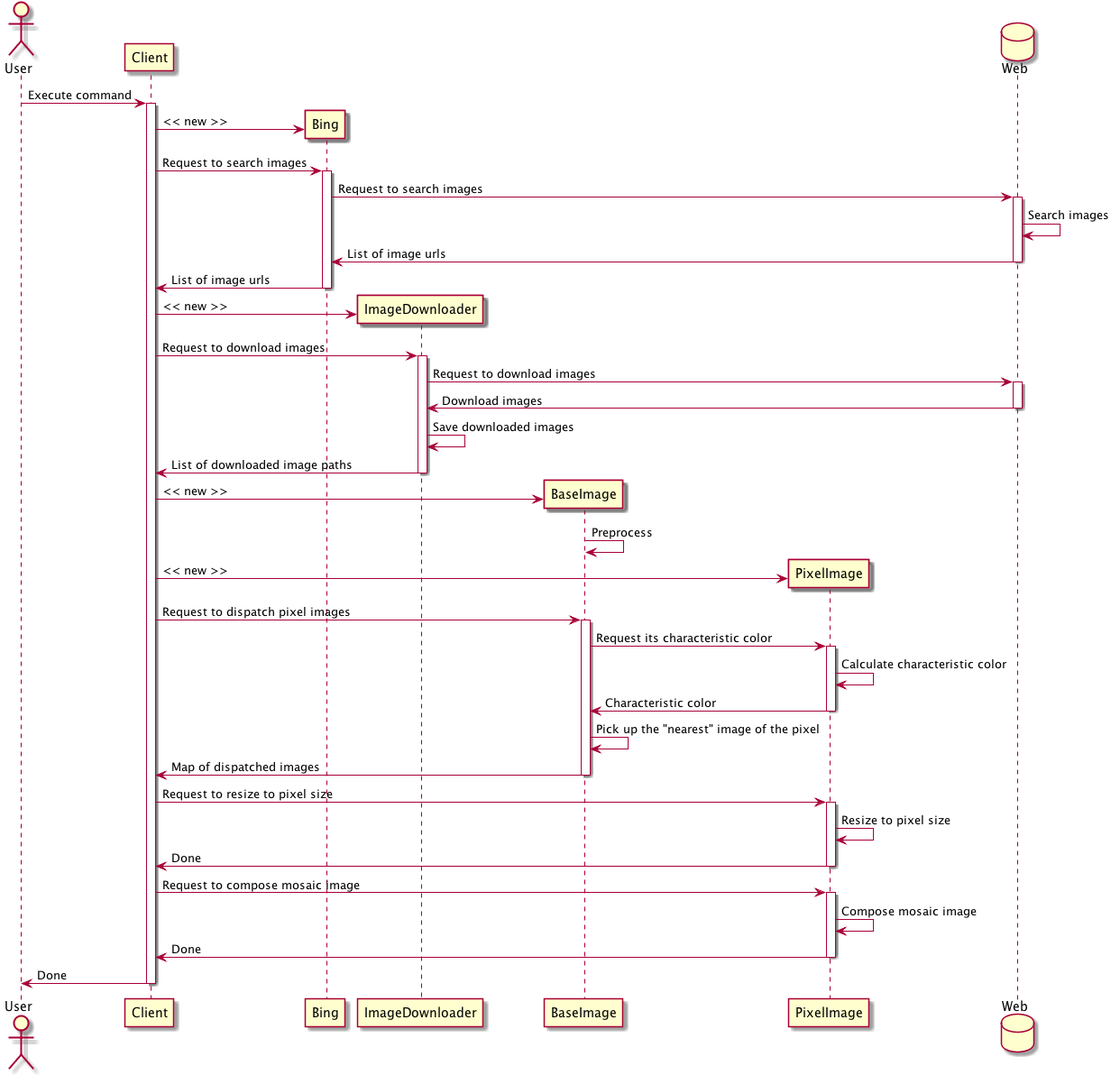
Above: figures/sequence.png in dtan4/photomosaic (PlantUML), before the change.
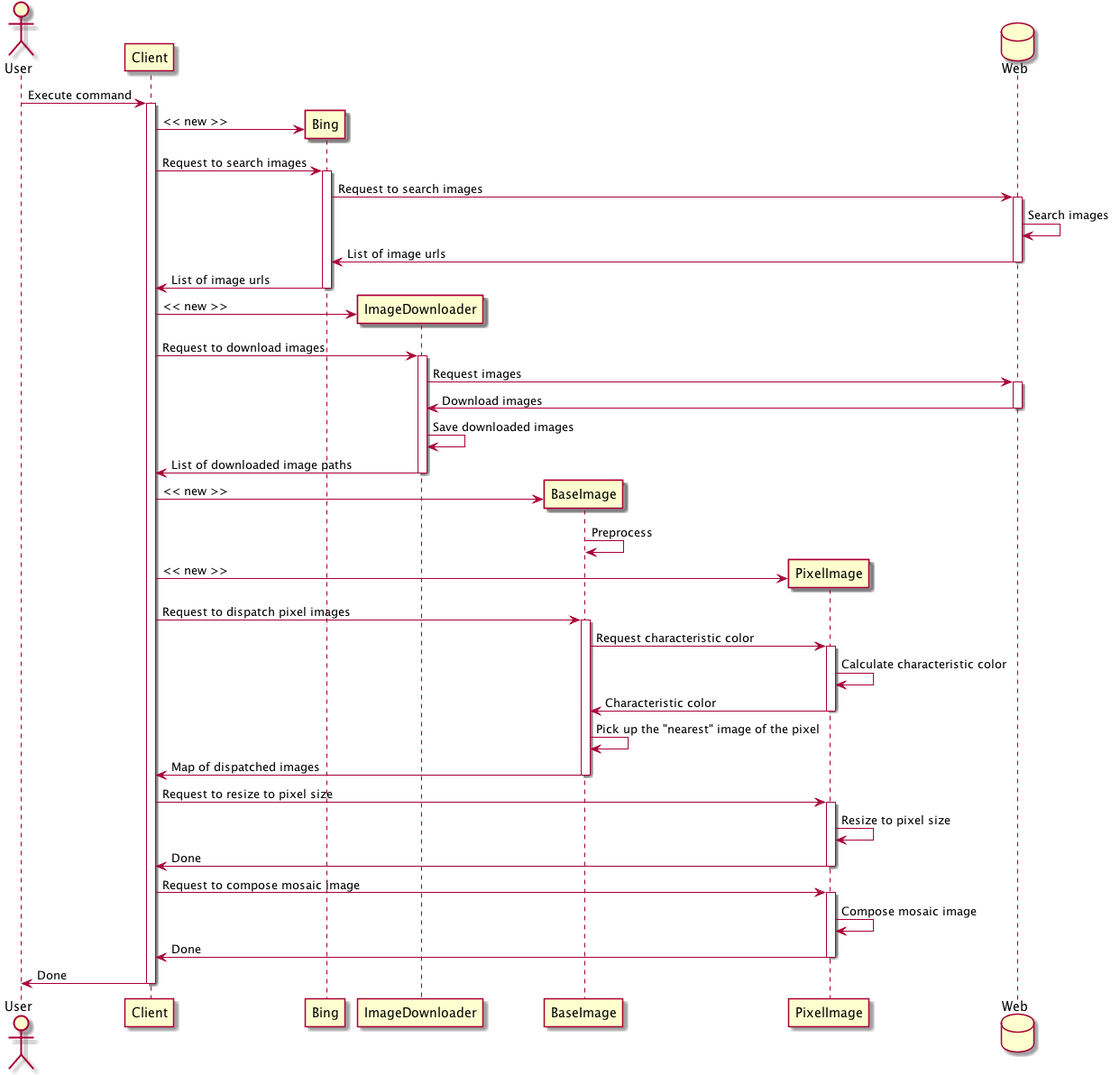
Above is the later version.

Commit message:
Modify description in sequence diagram [skip ci]

Diff of the diagram source:
```diff
@@ -26,7 +26,7 @@
 Client -> ImageDownloader : << new >>
 Client -> ImageDownloader : Request to download images
 activate ImageDownloader
-ImageDownloader -> Web : Request to download images
+ImageDownloader -> Web : Request images
 activate Web
 Web -> ImageDownloader : Download images
 deactivate Web
@@ -43,7 +43,7 @@
 
 Client -> BaseImage : Request to dispatch pixel images
 activate BaseImage
-BaseImage -> PixelImage : Request its characteristic color
+BaseImage -> PixelImage : Request characteristic color
 activate PixelImage
 PixelImage -> PixelImage : Calculate characteristic color
 PixelImage -> BaseImage : Characteristic color
```
